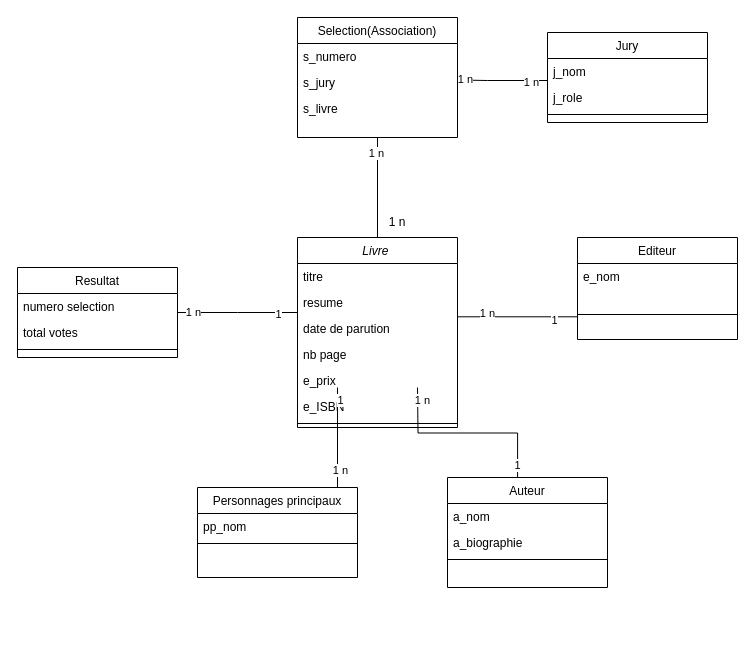
tokysigogneau/goncourt keeps this draw.io diagram as diagram_class_goncourt.drawio. Above is the earlier version. Source tidied: cells renumbered, new cells numbered last; positions are measured from the earlier drawing's top-left corner, leaving out a move shared by most shapes. Both pictures are drawn from the tidied source at 100%, with x=0, y=0 at pixel (17, 17).
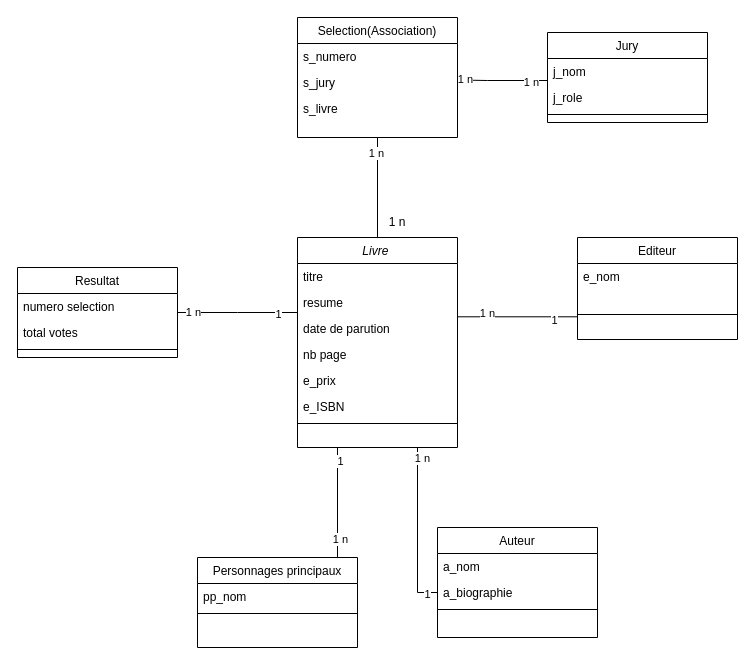
The same diagram, later.

Commit message (it also covers changes not shown here):
fixed some merging issue

The change refers to these unchanged cells:
```xml
<mxCell id="15" value="a_biographie" style="text;align=left;verticalAlign=top;spacingLeft=4;spacingRight=4;overflow=hidden;points=[[0,0.5],[1,0.5]];portConstraint=eastwest;rounded=0;shadow=0;html=0;" parent="13" vertex="1">
  <mxGeometry y="52" width="160" height="26" as="geometry" />
</mxCell>
```

The edit, as a diff of the source:
```diff
@@
     <mxCell id="2" value="Livre " style="swimlane;fontStyle=2;align=center;verticalAlign=top;horizontal=1;startSize=26;rounded=0;shadow=0;strokeWidth=1;" parent="1" vertex="1">
-      <mxGeometry x="280" y="220" width="160" height="190" as="geometry" />
+      <mxGeometry x="280" y="220" width="160" height="210" as="geometry" />
     </mxCell>
@@
-    <mxCell id="10" style="edgeStyle=orthogonalEdgeStyle;rounded=0;jettySize=auto;html=1;exitX=0.438;exitY=0;exitDx=0;exitDy=0;exitPerimeter=0;endArrow=none;endFill=0;" parent="1" edge="1" source="13">
+    <mxCell id="10" style="edgeStyle=orthogonalEdgeStyle;rounded=0;jettySize=auto;html=1;endArrow=none;endFill=0;" parent="1" edge="1" source="15">
       <mxGeometry relative="1" as="geometry">
-        <mxPoint x="400" y="370" as="targetPoint" />
+        <mxPoint x="400" y="430" as="targetPoint" />
       </mxGeometry>
     </mxCell>
@@
     <mxCell id="13" value="Auteur" style="swimlane;fontStyle=0;align=center;verticalAlign=top;horizontal=1;startSize=26;rounded=0;shadow=0;strokeWidth=1;" parent="1" vertex="1">
-      <mxGeometry x="430" y="460" width="160" height="110" as="geometry" />
+      <mxGeometry x="420" y="510" width="160" height="110" as="geometry" />
     </mxCell>
@@
     <mxCell id="17" style="edgeStyle=orthogonalEdgeStyle;rounded=0;jettySize=auto;html=1;exitX=0.875;exitY=0;exitDx=0;exitDy=0;exitPerimeter=0;endArrow=none;endFill=0;" parent="1" edge="1" source="20">
       <mxGeometry relative="1" as="geometry">
-        <mxPoint x="320" y="370" as="targetPoint" />
+        <mxPoint x="320" y="430" as="targetPoint" />
       </mxGeometry>
     </mxCell>
@@
     <mxCell id="20" value="Personnages principaux" style="swimlane;fontStyle=0;align=center;verticalAlign=top;horizontal=1;startSize=26;rounded=0;shadow=0;strokeWidth=1;" parent="1" vertex="1">
-      <mxGeometry x="180" y="470" width="160" height="90" as="geometry" />
+      <mxGeometry x="180" y="540" width="160" height="90" as="geometry" />
     </mxCell>
```
